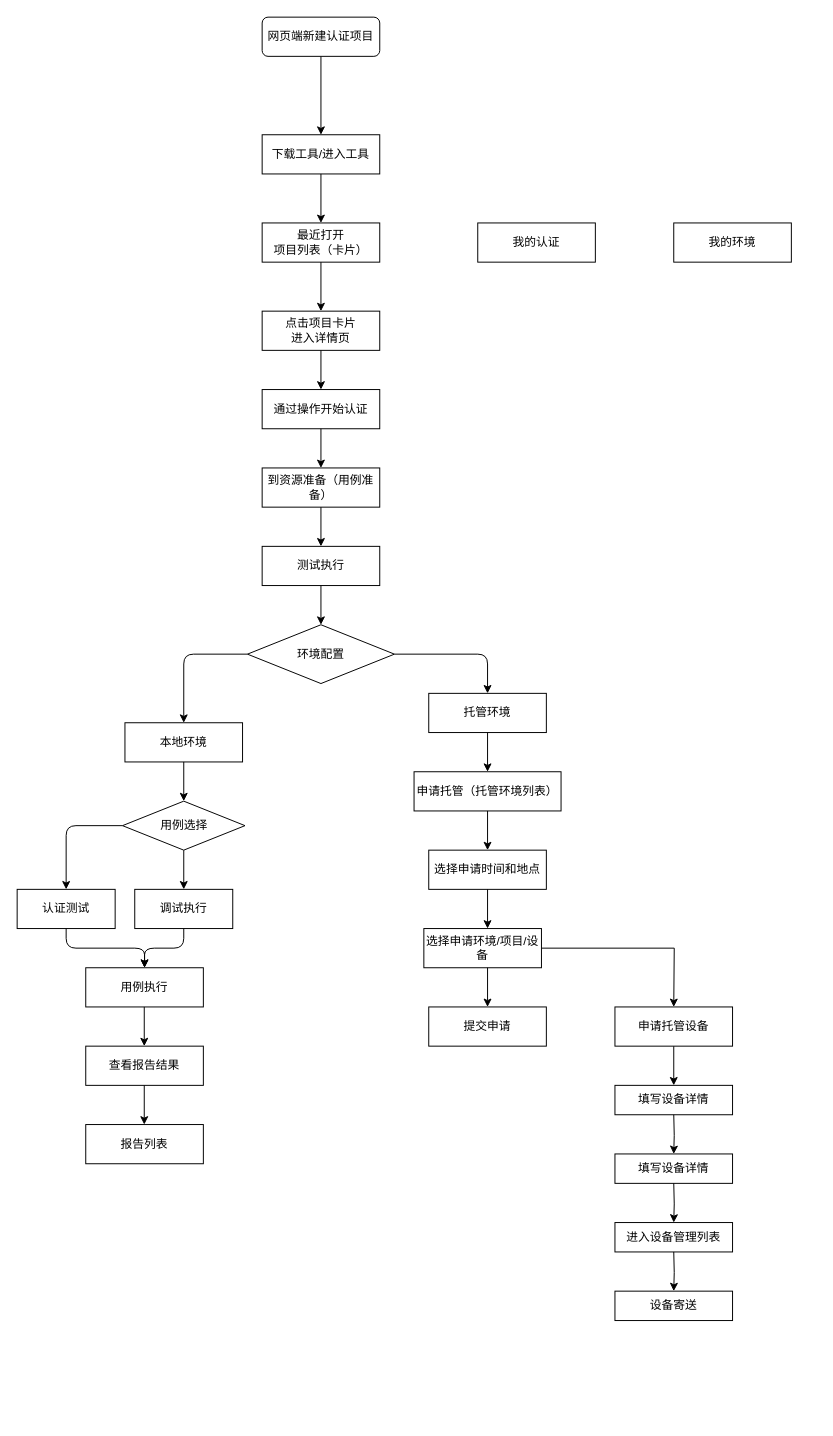
This is Untitled Diagram.drawio from woshijiangyuhao/intro-html, a draw.io file, before an edit. Source tidied: cells renumbered, new cells numbered last; positions are measured from the earlier drawing's top-left corner, leaving out a move shared by most shapes. Both pictures are drawn from the tidied source at 98%, with x=0, y=0 at pixel (17, 17).
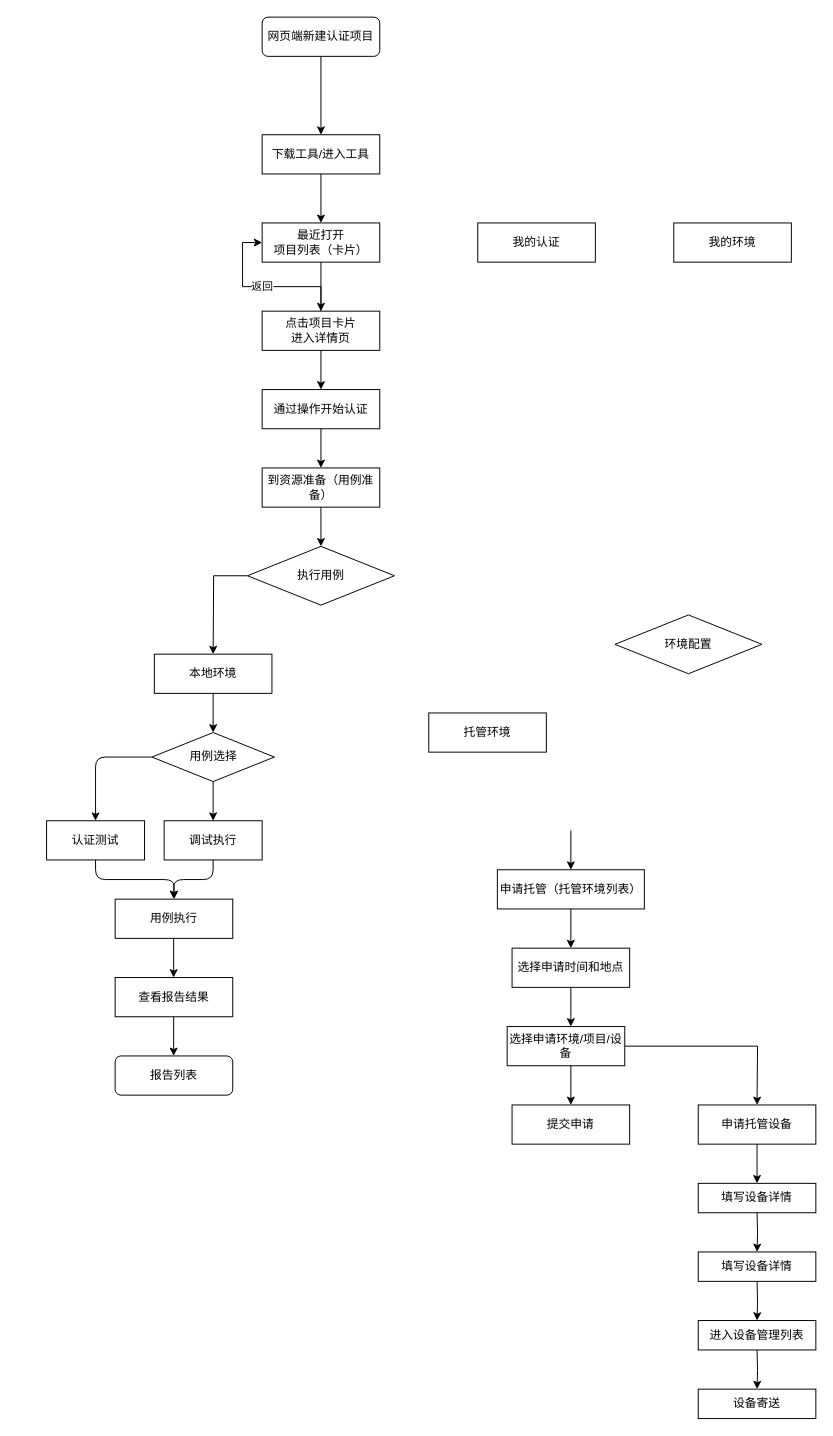
The same diagram, later.

The change refers to these unchanged cells:
```xml
<mxCell id="4" value="最近打开&lt;br&gt;项目列表（卡片）" style="rounded=0;whiteSpace=wrap;html=1;" parent="1" vertex="1">
  <mxGeometry x="250" y="210" width="120" height="40" as="geometry" />
</mxCell>
<mxCell id="6" value="点击项目卡片&lt;br&gt;进入详情页" style="rounded=0;whiteSpace=wrap;html=1;" parent="1" vertex="1">
  <mxGeometry x="250" y="300" width="120" height="40" as="geometry" />
</mxCell>
```

What changed in the source:
```diff
@@
+    <mxCell id="54" value="返回" style="edgeStyle=orthogonalEdgeStyle;rounded=0;jettySize=auto;html=1;entryX=0;entryY=0.5;entryDx=0;entryDy=0;" parent="1" edge="1" source="6" target="4">
+      <mxGeometry relative="1" as="geometry" />
+    </mxCell>
@@
-    <mxCell id="11" value="测试执行" style="rounded=0;whiteSpace=wrap;html=1;" parent="1" vertex="1">
-      <mxGeometry x="250" y="540" width="120" height="40" as="geometry" />
-    </mxCell>
@@
-    <mxCell id="13" style="endArrow=classic;html=1;exitX=0;exitY=0.5;exitDx=0;exitDy=0;" parent="1" edge="1" source="39">
-      <mxGeometry relative="1" as="geometry">
-        <mxPoint x="170" y="720" as="targetPoint" />
-        <Array as="points">
-          <mxPoint x="170" y="650" />
-        </Array>
-      </mxGeometry>
-    </mxCell>
     <mxCell id="14" value="本地环境" style="rounded=0;whiteSpace=wrap;html=1;" parent="1" vertex="1">
-      <mxGeometry x="110" y="720" width="120" height="40" as="geometry" />
+      <mxGeometry x="140" y="650" width="120" height="40" as="geometry" />
     </mxCell>
-    <mxCell id="15" style="endArrow=classic;html=1;exitX=1;exitY=0.5;exitDx=0;exitDy=0;" parent="1" edge="1" source="39">
-      <mxGeometry relative="1" as="geometry">
-        <mxPoint x="480" y="690" as="targetPoint" />
-        <Array as="points">
-          <mxPoint x="480" y="650" />
-        </Array>
-      </mxGeometry>
-    </mxCell>
     <mxCell id="16" value="托管环境" style="rounded=0;whiteSpace=wrap;html=1;" parent="1" vertex="1">
-      <mxGeometry x="420" y="690" width="120" height="40" as="geometry" />
+      <mxGeometry x="420" y="710" width="120" height="40" as="geometry" />
     </mxCell>
-    <mxCell id="17" style="endArrow=classic;html=1;exitX=0.5;exitY=1;exitDx=0;exitDy=0;" parent="1" edge="1">
-      <mxGeometry relative="1" as="geometry">
-        <mxPoint x="310" y="580" as="sourcePoint" />
-        <mxPoint x="310" y="620" as="targetPoint" />
-      </mxGeometry>
-    </mxCell>
     <mxCell id="18" style="endArrow=classic;html=1;exitX=0.5;exitY=1;exitDx=0;exitDy=0;" parent="1" edge="1">
       <mxGeometry relative="1" as="geometry">
-        <mxPoint x="170" y="760" as="sourcePoint" />
-        <mxPoint x="170" y="800" as="targetPoint" />
+        <mxPoint x="200" y="690" as="sourcePoint" />
+        <mxPoint x="200" y="730" as="targetPoint" />
       </mxGeometry>
     </mxCell>
     <mxCell id="19" style="endArrow=classic;html=1;exitX=0;exitY=0.5;exitDx=0;exitDy=0;" parent="1" edge="1" source="40">
       <mxGeometry relative="1" as="geometry">
-        <mxPoint x="50" y="890" as="targetPoint" />
+        <mxPoint x="80" y="820" as="targetPoint" />
         <Array as="points">
-          <mxPoint x="50" y="825" />
+          <mxPoint x="80" y="755" />
         </Array>
       </mxGeometry>
     </mxCell>
     <mxCell id="20" value="认证测试" style="rounded=0;whiteSpace=wrap;html=1;" parent="1" vertex="1">
-      <mxGeometry y="890" width="100" height="40" as="geometry" />
+      <mxGeometry x="30" y="820" width="100" height="40" as="geometry" />
     </mxCell>
     <mxCell id="21" value="调试执行" style="rounded=0;whiteSpace=wrap;html=1;" parent="1" vertex="1">
-      <mxGeometry x="120" y="890" width="100" height="40" as="geometry" />
+      <mxGeometry x="150" y="820" width="100" height="40" as="geometry" />
     </mxCell>
     <mxCell id="22" style="endArrow=classic;html=1;exitX=0.5;exitY=1;exitDx=0;exitDy=0;" parent="1" edge="1">
       <mxGeometry relative="1" as="geometry">
-        <mxPoint x="170" y="850" as="sourcePoint" />
-        <mxPoint x="170" y="890" as="targetPoint" />
+        <mxPoint x="200" y="780" as="sourcePoint" />
+        <mxPoint x="200" y="820" as="targetPoint" />
       </mxGeometry>
     </mxCell>
     <mxCell id="23" value="用例执行" style="rounded=0;whiteSpace=wrap;html=1;" parent="1" vertex="1">
-      <mxGeometry x="70" y="970" width="120" height="40" as="geometry" />
+      <mxGeometry x="100" y="900" width="120" height="40" as="geometry" />
     </mxCell>
     <mxCell id="24" style="endArrow=classic;html=1;exitX=0.5;exitY=1;exitDx=0;exitDy=0;entryX=0.5;entryY=0;entryDx=0;entryDy=0;" parent="1" edge="1" source="20" target="23">
       <mxGeometry relative="1" as="geometry">
         <Array as="points">
-          <mxPoint x="50" y="950" />
-          <mxPoint x="130" y="950" />
+          <mxPoint x="80" y="880" />
+          <mxPoint x="160" y="880" />
         </Array>
       </mxGeometry>
     </mxCell>
     <mxCell id="25" style="endArrow=classic;html=1;exitX=0.5;exitY=1;exitDx=0;exitDy=0;" parent="1" edge="1" source="21">
       <mxGeometry relative="1" as="geometry">
-        <mxPoint x="130" y="970" as="targetPoint" />
+        <mxPoint x="160" y="900" as="targetPoint" />
         <Array as="points">
-          <mxPoint x="170" y="950" />
-          <mxPoint x="130" y="950" />
+          <mxPoint x="200" y="880" />
+          <mxPoint x="160" y="880" />
         </Array>
       </mxGeometry>
     </mxCell>
     <mxCell id="26" value="查看报告结果" style="rounded=0;whiteSpace=wrap;html=1;" parent="1" vertex="1">
-      <mxGeometry x="70" y="1050" width="120" height="40" as="geometry" />
+      <mxGeometry x="100" y="980" width="120" height="40" as="geometry" />
     </mxCell>
     <mxCell id="27" style="endArrow=classic;html=1;exitX=0.5;exitY=1;exitDx=0;exitDy=0;" parent="1" edge="1">
       <mxGeometry relative="1" as="geometry">
-        <mxPoint x="129.7" y="1010" as="sourcePoint" />
-        <mxPoint x="129.7" y="1050" as="targetPoint" />
+        <mxPoint x="159.7" y="940" as="sourcePoint" />
+        <mxPoint x="159.7" y="980" as="targetPoint" />
       </mxGeometry>
     </mxCell>
     <mxCell id="28" value="申请托管（托管环境列表）" style="rounded=0;whiteSpace=wrap;html=1;" parent="1" vertex="1">
-      <mxGeometry x="405" y="770" width="150" height="40" as="geometry" />
+      <mxGeometry x="490" y="870" width="150" height="40" as="geometry" />
     </mxCell>
     <mxCell id="29" style="endArrow=classic;html=1;exitX=0.5;exitY=1;exitDx=0;exitDy=0;" parent="1" edge="1">
       <mxGeometry relative="1" as="geometry">
-        <mxPoint x="480" y="730" as="sourcePoint" />
-        <mxPoint x="480" y="770" as="targetPoint" />
+        <mxPoint x="565" y="830" as="sourcePoint" />
+        <mxPoint x="565" y="870" as="targetPoint" />
       </mxGeometry>
     </mxCell>
@@
-    <mxCell id="32" value="报告列表" style="rounded=0;whiteSpace=wrap;html=1;" parent="1" vertex="1">
-      <mxGeometry x="70" y="1130" width="120" height="40" as="geometry" />
+    <mxCell id="32" value="报告列表" style="rounded=1;whiteSpace=wrap;html=1;" parent="1" vertex="1">
+      <mxGeometry x="100" y="1060" width="120" height="40" as="geometry" />
     </mxCell>
     <mxCell id="33" style="endArrow=classic;html=1;exitX=0.5;exitY=1;exitDx=0;exitDy=0;" parent="1" edge="1">
       <mxGeometry relative="1" as="geometry">
-        <mxPoint x="129.7" y="1090" as="sourcePoint" />
-        <mxPoint x="129.7" y="1130" as="targetPoint" />
+        <mxPoint x="159.7" y="1020" as="sourcePoint" />
+        <mxPoint x="159.7" y="1060" as="targetPoint" />
       </mxGeometry>
     </mxCell>
     <mxCell id="34" style="endArrow=classic;html=1;exitX=0.5;exitY=1;exitDx=0;exitDy=0;" parent="1" edge="1">
       <mxGeometry relative="1" as="geometry">
-        <mxPoint x="480" y="810" as="sourcePoint" />
-        <mxPoint x="480" y="850" as="targetPoint" />
+        <mxPoint x="565" y="910" as="sourcePoint" />
+        <mxPoint x="565" y="950" as="targetPoint" />
       </mxGeometry>
     </mxCell>
     <mxCell id="35" value="选择申请时间和地点" style="rounded=0;whiteSpace=wrap;html=1;" parent="1" vertex="1">
-      <mxGeometry x="420" y="850" width="120" height="40" as="geometry" />
+      <mxGeometry x="505" y="950" width="120" height="40" as="geometry" />
     </mxCell>
     <mxCell id="36" style="edgeStyle=orthogonalEdgeStyle;rounded=0;jettySize=auto;html=1;" parent="1" edge="1" source="37">
       <mxGeometry relative="1" as="geometry">
-        <mxPoint x="670" y="1010" as="targetPoint" />
+        <mxPoint x="755" y="1110" as="targetPoint" />
       </mxGeometry>
     </mxCell>
     <mxCell id="37" value="选择申请环境/项目/设备" style="rounded=0;whiteSpace=wrap;html=1;" parent="1" vertex="1">
-      <mxGeometry x="415" y="930" width="120" height="40" as="geometry" />
+      <mxGeometry x="500" y="1030" width="120" height="40" as="geometry" />
     </mxCell>
     <mxCell id="38" style="endArrow=classic;html=1;exitX=0.5;exitY=1;exitDx=0;exitDy=0;" parent="1" edge="1">
       <mxGeometry relative="1" as="geometry">
-        <mxPoint x="480" y="890" as="sourcePoint" />
-        <mxPoint x="480" y="930" as="targetPoint" />
+        <mxPoint x="565" y="990" as="sourcePoint" />
+        <mxPoint x="565" y="1030" as="targetPoint" />
       </mxGeometry>
     </mxCell>
     <mxCell id="39" value="环境配置" style="rhombus;whiteSpace=wrap;html=1;" parent="1" vertex="1">
-      <mxGeometry x="235" y="620" width="150" height="60" as="geometry" />
+      <mxGeometry x="610" y="610" width="150" height="60" as="geometry" />
     </mxCell>
     <mxCell id="40" value="用例选择" style="rhombus;whiteSpace=wrap;html=1;" parent="1" vertex="1">
-      <mxGeometry x="107.5" y="800" width="125" height="50" as="geometry" />
+      <mxGeometry x="137.5" y="730" width="125" height="50" as="geometry" />
     </mxCell>
     <mxCell id="41" value="提交申请" style="rounded=0;whiteSpace=wrap;html=1;" parent="1" vertex="1">
-      <mxGeometry x="420" y="1010" width="120" height="40" as="geometry" />
+      <mxGeometry x="505" y="1110" width="120" height="40" as="geometry" />
     </mxCell>
     <mxCell id="42" style="endArrow=classic;html=1;exitX=0.5;exitY=1;exitDx=0;exitDy=0;" parent="1" edge="1">
       <mxGeometry relative="1" as="geometry">
-        <mxPoint x="480" y="970" as="sourcePoint" />
-        <mxPoint x="480" y="1010" as="targetPoint" />
+        <mxPoint x="565" y="1070" as="sourcePoint" />
+        <mxPoint x="565" y="1110" as="targetPoint" />
       </mxGeometry>
     </mxCell>
@@
     <mxCell id="44" value="申请托管设备" style="rounded=0;whiteSpace=wrap;html=1;" parent="1" vertex="1">
-      <mxGeometry x="610" y="1010" width="120" height="40" as="geometry" />
+      <mxGeometry x="695" y="1110" width="120" height="40" as="geometry" />
     </mxCell>
     <mxCell id="45" value="填写设备详情" style="whiteSpace=wrap;html=1;rounded=0;" parent="1" vertex="1">
-      <mxGeometry x="610" y="1090" width="120" height="30" as="geometry" />
+      <mxGeometry x="695" y="1190" width="120" height="30" as="geometry" />
     </mxCell>
     <mxCell id="46" value="填写设备详情" style="whiteSpace=wrap;html=1;rounded=0;" parent="1" vertex="1">
-      <mxGeometry x="610" y="1160" width="120" height="30" as="geometry" />
+      <mxGeometry x="695" y="1260" width="120" height="30" as="geometry" />
     </mxCell>
     <mxCell id="47" style="edgeStyle=orthogonalEdgeStyle;rounded=0;jettySize=auto;html=1;" parent="1" edge="1" target="46">
       <mxGeometry relative="1" as="geometry">
-        <mxPoint x="670" y="1120" as="sourcePoint" />
+        <mxPoint x="755" y="1220" as="sourcePoint" />
       </mxGeometry>
     </mxCell>
     <mxCell id="48" style="edgeStyle=orthogonalEdgeStyle;rounded=0;jettySize=auto;html=1;" parent="1" edge="1" target="49">
       <mxGeometry relative="1" as="geometry">
-        <mxPoint x="670" y="1190" as="sourcePoint" />
+        <mxPoint x="755" y="1290" as="sourcePoint" />
       </mxGeometry>
     </mxCell>
     <mxCell id="49" value="进入设备管理列表" style="whiteSpace=wrap;html=1;rounded=0;" parent="1" vertex="1">
-      <mxGeometry x="610" y="1230" width="120" height="30" as="geometry" />
+      <mxGeometry x="695" y="1330" width="120" height="30" as="geometry" />
     </mxCell>
     <mxCell id="50" style="edgeStyle=orthogonalEdgeStyle;rounded=0;jettySize=auto;html=1;" parent="1" edge="1" target="51">
       <mxGeometry relative="1" as="geometry">
-        <mxPoint x="670" y="1260" as="sourcePoint" />
+        <mxPoint x="755" y="1360" as="sourcePoint" />
       </mxGeometry>
     </mxCell>
     <mxCell id="51" value="设备寄送" style="whiteSpace=wrap;html=1;rounded=0;" parent="1" vertex="1">
-      <mxGeometry x="610" y="1300" width="120" height="30" as="geometry" />
+      <mxGeometry x="695" y="1400" width="120" height="30" as="geometry" />
     </mxCell>
@@
+    <mxCell id="55" style="edgeStyle=orthogonalEdgeStyle;rounded=0;jettySize=auto;html=1;" parent="1" edge="1" source="56">
+      <mxGeometry relative="1" as="geometry">
+        <mxPoint x="200" y="650" as="targetPoint" />
+      </mxGeometry>
+    </mxCell>
+    <mxCell id="56" value="执行用例" style="rhombus;whiteSpace=wrap;html=1;" parent="1" vertex="1">
+      <mxGeometry x="235" y="540" width="150" height="60" as="geometry" />
+    </mxCell>
```
